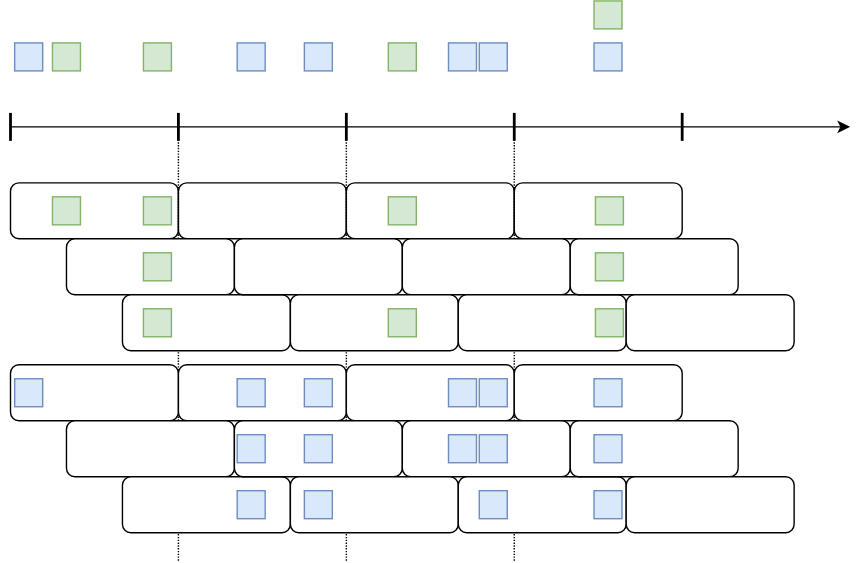
This is docs/assets/images/hopping-window.svg from sfeir-open-source/sfeir-school-kafka, a draw.io export, as it was before one commit. Source tidied: cells renumbered, new cells last; positions are measured from the earlier drawing's top-left corner, leaving out a move shared by most shapes.
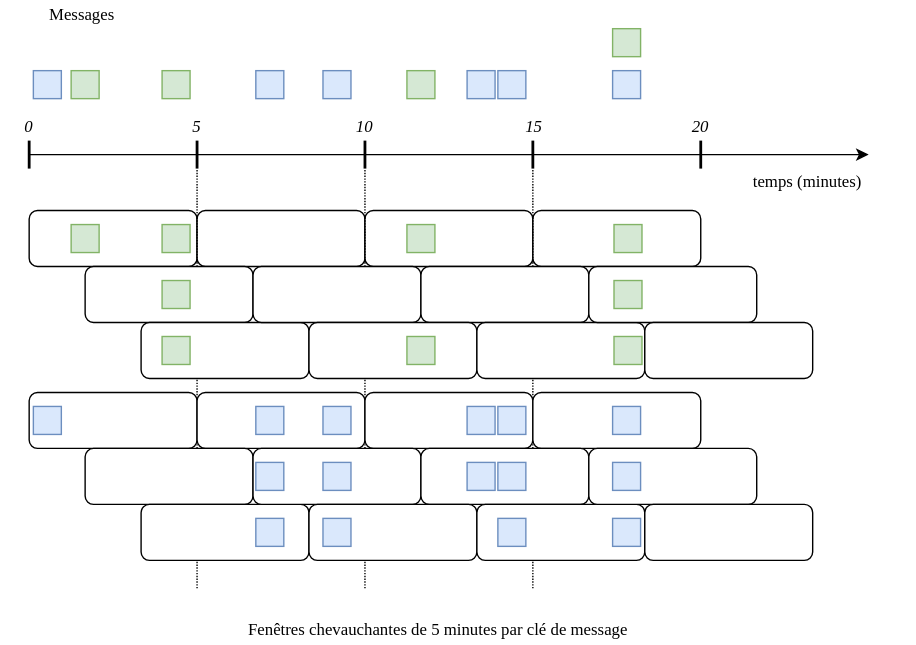
Above is the later version.

Diff of the diagram source:
```diff
@@ -230,5 +230,29 @@
     <mxCell id="68" style="rounded=0;whiteSpace=wrap;html=1;fillColor=#d5e8d4;strokeColor=#82b366;" parent="1" vertex="1">
       <mxGeometry x="270" y="220" width="20" height="20" as="geometry" />
     </mxCell>
+    <mxCell id="69" value="Messages" style="text;html=1;strokeColor=none;fillColor=none;align=center;verticalAlign=middle;whiteSpace=wrap;rounded=0;dashed=1;fontFamily=Verdana;" parent="1" vertex="1">
+      <mxGeometry x="3" y="-20" width="70" height="20" as="geometry" />
+    </mxCell>
+    <mxCell id="70" value="0" style="text;html=1;strokeColor=none;fillColor=none;align=center;verticalAlign=middle;whiteSpace=wrap;rounded=0;dashed=1;fontFamily=Verdana;fontStyle=2;" parent="1" vertex="1">
+      <mxGeometry x="-20" y="60" width="40" height="20" as="geometry" />
+    </mxCell>
+    <mxCell id="71" value="5" style="text;html=1;strokeColor=none;fillColor=none;align=center;verticalAlign=middle;whiteSpace=wrap;rounded=0;dashed=1;fontFamily=Verdana;fontStyle=2;" parent="1" vertex="1">
+      <mxGeometry x="100" y="60" width="40" height="20" as="geometry" />
+    </mxCell>
+    <mxCell id="72" value="10" style="text;html=1;strokeColor=none;fillColor=none;align=center;verticalAlign=middle;whiteSpace=wrap;rounded=0;dashed=1;fontFamily=Verdana;fontStyle=2;" parent="1" vertex="1">
+      <mxGeometry x="220" y="60" width="40" height="20" as="geometry" />
+    </mxCell>
+    <mxCell id="73" value="15" style="text;html=1;strokeColor=none;fillColor=none;align=center;verticalAlign=middle;whiteSpace=wrap;rounded=0;dashed=1;fontFamily=Verdana;fontStyle=2;" parent="1" vertex="1">
+      <mxGeometry x="341" y="60" width="40" height="20" as="geometry" />
+    </mxCell>
+    <mxCell id="74" value="20" style="text;html=1;strokeColor=none;fillColor=none;align=center;verticalAlign=middle;whiteSpace=wrap;rounded=0;dashed=1;fontFamily=Verdana;fontStyle=2;" parent="1" vertex="1">
+      <mxGeometry x="460" y="60" width="40" height="20" as="geometry" />
+    </mxCell>
+    <mxCell id="75" value="temps (minutes)" style="text;html=1;strokeColor=none;fillColor=none;align=center;verticalAlign=middle;whiteSpace=wrap;rounded=0;dashed=1;fontFamily=Verdana;" parent="1" vertex="1">
+      <mxGeometry x="480" y="100" width="153" height="20" as="geometry" />
+    </mxCell>
+    <mxCell id="76" value="Fenêtres chevauchantes de 5 minutes par clé de message" style="text;html=1;strokeColor=none;fillColor=none;align=center;verticalAlign=middle;whiteSpace=wrap;rounded=0;dashed=1;fontFamily=Verdana;" parent="1" vertex="1">
+      <mxGeometry x="115" y="420" width="355" height="20" as="geometry" />
+    </mxCell>
   </root>
 </mxGraphModel>
```
